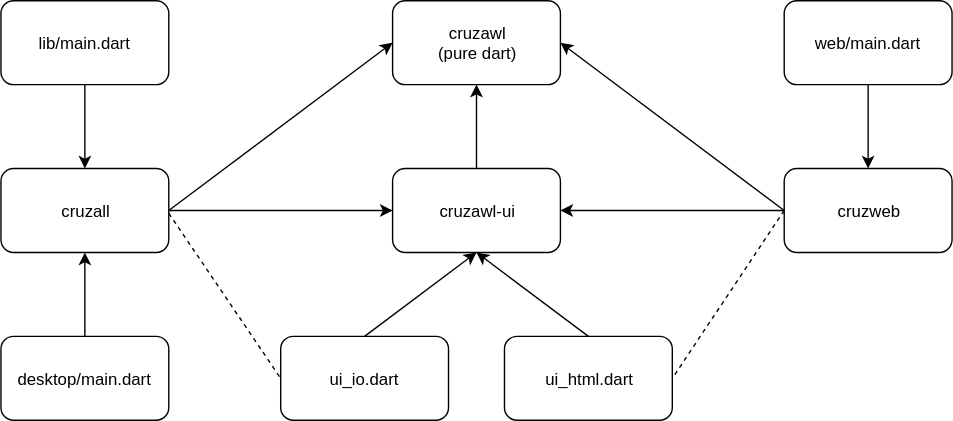
This is diagram.svg from GreenAppers/cruzawl, a draw.io export, as it was before one commit. Source tidied: cells renumbered, new cells last; positions are measured from the earlier drawing's top-left corner, leaving out a move shared by most shapes. The source it was exported from:
```xml
<mxGraphModel>
  <root>
    <mxCell id="0" />
    <mxCell id="1" parent="0" />
    <mxCell id="2" value="&lt;a href=&quot;https://github.com/GreenAppers/cruzall&quot;&gt;cruzall&lt;/a&gt;" style="rounded=1;whiteSpace=wrap;html=1;" parent="1" vertex="1">
      <mxGeometry y="120" width="120" height="60" as="geometry" />
    </mxCell>
    <mxCell id="3" value="&lt;a href=&quot;https://github.com/GreenAppers/cruzall/blob/master/desktop/main.dart&quot;&gt;desktop/main.dart&lt;/a&gt;" style="rounded=1;whiteSpace=wrap;html=1;" parent="1" vertex="1">
      <mxGeometry y="240" width="120" height="60" as="geometry" />
    </mxCell>
    <mxCell id="4" value="&lt;a href=&quot;https://github.com/GreenAppers/cruzall/blob/master/lib/main.dart&quot;&gt;lib/main.dart&lt;/a&gt;" style="rounded=1;whiteSpace=wrap;html=1;" parent="1" vertex="1">
      <mxGeometry width="120" height="60" as="geometry" />
    </mxCell>
    <mxCell id="5" value="&lt;a href=&quot;https://github.com/GreenAppers/cruzawl&quot;&gt;cruzawl&lt;br&gt;(pure dart)&lt;br&gt;&lt;/a&gt;" style="rounded=1;whiteSpace=wrap;html=1;" parent="1" vertex="1">
      <mxGeometry x="280" width="120" height="60" as="geometry" />
    </mxCell>
    <mxCell id="6" value="&lt;a href=&quot;https://github.com/GreenAppers/cruzawl-ui&quot;&gt;cruzawl-ui&lt;/a&gt;" style="rounded=1;whiteSpace=wrap;html=1;" parent="1" vertex="1">
      <mxGeometry x="280" y="120" width="120" height="60" as="geometry" />
    </mxCell>
    <mxCell id="7" value="&lt;a href=&quot;https://github.com/GreenAppers/cruzawl-ui/blob/master/ui_html.dart&quot;&gt;ui_html.dart&lt;/a&gt;" style="rounded=1;whiteSpace=wrap;html=1;" parent="1" vertex="1">
      <mxGeometry x="360" y="240" width="120" height="60" as="geometry" />
    </mxCell>
    <mxCell id="8" value="&lt;a href=&quot;https://github.com/GreenAppers/cruzweb&quot;&gt;cruzweb&lt;/a&gt;" style="rounded=1;whiteSpace=wrap;html=1;" parent="1" vertex="1">
      <mxGeometry x="560" y="120" width="120" height="60" as="geometry" />
    </mxCell>
    <mxCell id="9" value="&lt;a href=&quot;https://github.com/GreenAppers/cruzawl-ui/blob/master/ui_io.dart&quot;&gt;ui_io.dart&lt;/a&gt;" style="rounded=1;whiteSpace=wrap;html=1;" parent="1" vertex="1">
      <mxGeometry x="200" y="240" width="120" height="60" as="geometry" />
    </mxCell>
    <mxCell id="10" value="&lt;a href=&quot;https://github.com/GreenAppers/cruzweb/blob/master/web/main.dart&quot;&gt;web/main.dart&lt;/a&gt;" style="rounded=1;whiteSpace=wrap;html=1;" parent="1" vertex="1">
      <mxGeometry x="560" width="120" height="60" as="geometry" />
    </mxCell>
    <mxCell id="11" style="endArrow=classic;html=1;entryX=0;entryY=0.5;entryDx=0;entryDy=0;" parent="1" edge="1" target="5">
      <mxGeometry relative="1" as="geometry">
        <mxPoint x="120" y="150" as="sourcePoint" />
      </mxGeometry>
    </mxCell>
    <mxCell id="12" style="endArrow=classic;html=1;entryX=0;entryY=0.5;entryDx=0;entryDy=0;" parent="1" edge="1" target="6">
      <mxGeometry relative="1" as="geometry">
        <mxPoint x="120" y="150" as="sourcePoint" />
      </mxGeometry>
    </mxCell>
    <mxCell id="13" style="endArrow=classic;html=1;entryX=0.5;entryY=1;entryDx=0;entryDy=0;" parent="1" edge="1" target="2">
      <mxGeometry relative="1" as="geometry">
        <mxPoint x="60" y="240" as="sourcePoint" />
      </mxGeometry>
    </mxCell>
    <mxCell id="14" style="endArrow=classic;html=1;entryX=0.5;entryY=0;entryDx=0;entryDy=0;" parent="1" edge="1" target="2">
      <mxGeometry relative="1" as="geometry">
        <mxPoint x="60" y="60" as="sourcePoint" />
      </mxGeometry>
    </mxCell>
    <mxCell id="15" style="endArrow=classic;html=1;entryX=0.5;entryY=1;entryDx=0;entryDy=0;" parent="1" edge="1" target="6">
      <mxGeometry relative="1" as="geometry">
        <mxPoint x="260" y="240" as="sourcePoint" />
      </mxGeometry>
    </mxCell>
    <mxCell id="16" style="endArrow=classic;html=1;" parent="1" edge="1">
      <mxGeometry relative="1" as="geometry">
        <mxPoint x="420" y="240" as="sourcePoint" />
        <mxPoint x="340" y="180" as="targetPoint" />
      </mxGeometry>
    </mxCell>
    <mxCell id="17" style="endArrow=classic;html=1;entryX=1;entryY=0.5;entryDx=0;entryDy=0;exitX=0;exitY=0.5;exitDx=0;exitDy=0;" parent="1" edge="1" source="8" target="6">
      <mxGeometry relative="1" as="geometry" />
    </mxCell>
    <mxCell id="18" style="endArrow=classic;html=1;entryX=1;entryY=0.5;entryDx=0;entryDy=0;" parent="1" edge="1" target="5">
      <mxGeometry relative="1" as="geometry">
        <mxPoint x="560" y="150" as="sourcePoint" />
      </mxGeometry>
    </mxCell>
    <mxCell id="19" style="endArrow=classic;html=1;" parent="1" edge="1" target="8">
      <mxGeometry relative="1" as="geometry">
        <mxPoint x="620" y="60" as="sourcePoint" />
      </mxGeometry>
    </mxCell>
    <mxCell id="20" style="endArrow=classic;html=1;entryX=0.5;entryY=1;entryDx=0;entryDy=0;exitX=0.5;exitY=0;exitDx=0;exitDy=0;" parent="1" edge="1" source="6" target="5">
      <mxGeometry relative="1" as="geometry" />
    </mxCell>
    <mxCell id="21" style="endArrow=none;dashed=1;html=1;entryX=0;entryY=0.5;entryDx=0;entryDy=0;" parent="1" edge="1" target="9">
      <mxGeometry relative="1" as="geometry">
        <mxPoint x="120" y="152" as="sourcePoint" />
      </mxGeometry>
    </mxCell>
    <mxCell id="22" style="endArrow=none;dashed=1;html=1;entryX=1;entryY=0.5;entryDx=0;entryDy=0;" parent="1" edge="1" target="7">
      <mxGeometry relative="1" as="geometry">
        <mxPoint x="560" y="150" as="sourcePoint" />
      </mxGeometry>
    </mxCell>
  </root>
</mxGraphModel>
```
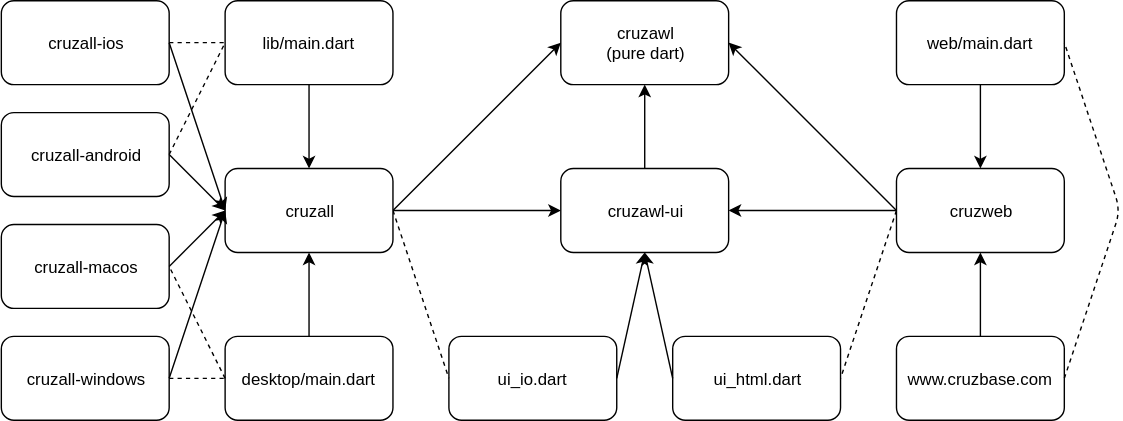
After the commit.

Diff of the diagram source:
```diff
@@ -2,89 +2,119 @@
   <root>
     <mxCell id="0" />
     <mxCell id="1" parent="0" />
-    <mxCell id="2" value="&lt;a href=&quot;https://github.com/GreenAppers/cruzall&quot;&gt;cruzall&lt;/a&gt;" style="rounded=1;whiteSpace=wrap;html=1;" parent="1" vertex="1">
-      <mxGeometry y="120" width="120" height="60" as="geometry" />
-    </mxCell>
     <mxCell id="3" value="&lt;a href=&quot;https://github.com/GreenAppers/cruzall/blob/master/desktop/main.dart&quot;&gt;desktop/main.dart&lt;/a&gt;" style="rounded=1;whiteSpace=wrap;html=1;" parent="1" vertex="1">
-      <mxGeometry y="240" width="120" height="60" as="geometry" />
+      <mxGeometry x="120" y="240" width="120" height="60" as="geometry" />
     </mxCell>
     <mxCell id="4" value="&lt;a href=&quot;https://github.com/GreenAppers/cruzall/blob/master/lib/main.dart&quot;&gt;lib/main.dart&lt;/a&gt;" style="rounded=1;whiteSpace=wrap;html=1;" parent="1" vertex="1">
-      <mxGeometry width="120" height="60" as="geometry" />
+      <mxGeometry x="120" width="120" height="60" as="geometry" />
     </mxCell>
     <mxCell id="5" value="&lt;a href=&quot;https://github.com/GreenAppers/cruzawl&quot;&gt;cruzawl&lt;br&gt;(pure dart)&lt;br&gt;&lt;/a&gt;" style="rounded=1;whiteSpace=wrap;html=1;" parent="1" vertex="1">
-      <mxGeometry x="280" width="120" height="60" as="geometry" />
+      <mxGeometry x="360" width="120" height="60" as="geometry" />
     </mxCell>
     <mxCell id="6" value="&lt;a href=&quot;https://github.com/GreenAppers/cruzawl-ui&quot;&gt;cruzawl-ui&lt;/a&gt;" style="rounded=1;whiteSpace=wrap;html=1;" parent="1" vertex="1">
-      <mxGeometry x="280" y="120" width="120" height="60" as="geometry" />
+      <mxGeometry x="360" y="120" width="120" height="60" as="geometry" />
     </mxCell>
     <mxCell id="7" value="&lt;a href=&quot;https://github.com/GreenAppers/cruzawl-ui/blob/master/ui_html.dart&quot;&gt;ui_html.dart&lt;/a&gt;" style="rounded=1;whiteSpace=wrap;html=1;" parent="1" vertex="1">
-      <mxGeometry x="360" y="240" width="120" height="60" as="geometry" />
+      <mxGeometry x="440" y="240" width="120" height="60" as="geometry" />
     </mxCell>
     <mxCell id="8" value="&lt;a href=&quot;https://github.com/GreenAppers/cruzweb&quot;&gt;cruzweb&lt;/a&gt;" style="rounded=1;whiteSpace=wrap;html=1;" parent="1" vertex="1">
-      <mxGeometry x="560" y="120" width="120" height="60" as="geometry" />
+      <mxGeometry x="600" y="120" width="120" height="60" as="geometry" />
     </mxCell>
     <mxCell id="9" value="&lt;a href=&quot;https://github.com/GreenAppers/cruzawl-ui/blob/master/ui_io.dart&quot;&gt;ui_io.dart&lt;/a&gt;" style="rounded=1;whiteSpace=wrap;html=1;" parent="1" vertex="1">
-      <mxGeometry x="200" y="240" width="120" height="60" as="geometry" />
+      <mxGeometry x="280" y="240" width="120" height="60" as="geometry" />
     </mxCell>
     <mxCell id="10" value="&lt;a href=&quot;https://github.com/GreenAppers/cruzweb/blob/master/web/main.dart&quot;&gt;web/main.dart&lt;/a&gt;" style="rounded=1;whiteSpace=wrap;html=1;" parent="1" vertex="1">
-      <mxGeometry x="560" width="120" height="60" as="geometry" />
+      <mxGeometry x="600" width="120" height="60" as="geometry" />
     </mxCell>
-    <mxCell id="11" style="endArrow=classic;html=1;entryX=0;entryY=0.5;entryDx=0;entryDy=0;" parent="1" edge="1" target="5">
-      <mxGeometry relative="1" as="geometry">
-        <mxPoint x="120" y="150" as="sourcePoint" />
-      </mxGeometry>
+    <mxCell id="11" style="endArrow=classic;html=1;entryX=0;entryY=0.5;entryDx=0;entryDy=0;exitX=1;exitY=0.5;exitDx=0;exitDy=0;" parent="1" edge="1" source="2" target="5">
+      <mxGeometry relative="1" as="geometry" />
     </mxCell>
-    <mxCell id="12" style="endArrow=classic;html=1;entryX=0;entryY=0.5;entryDx=0;entryDy=0;" parent="1" edge="1" target="6">
-      <mxGeometry relative="1" as="geometry">
-        <mxPoint x="120" y="150" as="sourcePoint" />
-      </mxGeometry>
+    <mxCell id="12" style="endArrow=classic;html=1;entryX=0;entryY=0.5;entryDx=0;entryDy=0;" parent="1" edge="1" source="2" target="6">
+      <mxGeometry relative="1" as="geometry" />
     </mxCell>
-    <mxCell id="13" style="endArrow=classic;html=1;entryX=0.5;entryY=1;entryDx=0;entryDy=0;" parent="1" edge="1" target="2">
-      <mxGeometry relative="1" as="geometry">
-        <mxPoint x="60" y="240" as="sourcePoint" />
-      </mxGeometry>
+    <mxCell id="13" style="endArrow=classic;html=1;entryX=0.5;entryY=1;entryDx=0;entryDy=0;exitX=0.5;exitY=0;exitDx=0;exitDy=0;" parent="1" edge="1" source="3" target="2">
+      <mxGeometry relative="1" as="geometry" />
     </mxCell>
-    <mxCell id="14" style="endArrow=classic;html=1;entryX=0.5;entryY=0;entryDx=0;entryDy=0;" parent="1" edge="1" target="2">
-      <mxGeometry relative="1" as="geometry">
-        <mxPoint x="60" y="60" as="sourcePoint" />
-      </mxGeometry>
+    <mxCell id="14" style="endArrow=classic;html=1;entryX=0.5;entryY=0;entryDx=0;entryDy=0;exitX=0.5;exitY=1;exitDx=0;exitDy=0;" parent="1" edge="1" source="4" target="2">
+      <mxGeometry relative="1" as="geometry" />
     </mxCell>
-    <mxCell id="15" style="endArrow=classic;html=1;entryX=0.5;entryY=1;entryDx=0;entryDy=0;" parent="1" edge="1" target="6">
-      <mxGeometry relative="1" as="geometry">
-        <mxPoint x="260" y="240" as="sourcePoint" />
-      </mxGeometry>
+    <mxCell id="15" style="endArrow=classic;html=1;exitX=1;exitY=0.5;exitDx=0;exitDy=0;entryX=0.5;entryY=1;entryDx=0;entryDy=0;" parent="1" edge="1" source="9" target="6">
+      <mxGeometry relative="1" as="geometry" />
     </mxCell>
-    <mxCell id="16" style="endArrow=classic;html=1;" parent="1" edge="1">
-      <mxGeometry relative="1" as="geometry">
-        <mxPoint x="420" y="240" as="sourcePoint" />
-        <mxPoint x="340" y="180" as="targetPoint" />
-      </mxGeometry>
-    </mxCell>
     <mxCell id="17" style="endArrow=classic;html=1;entryX=1;entryY=0.5;entryDx=0;entryDy=0;exitX=0;exitY=0.5;exitDx=0;exitDy=0;" parent="1" edge="1" source="8" target="6">
       <mxGeometry relative="1" as="geometry" />
     </mxCell>
-    <mxCell id="18" style="endArrow=classic;html=1;entryX=1;entryY=0.5;entryDx=0;entryDy=0;" parent="1" edge="1" target="5">
-      <mxGeometry relative="1" as="geometry">
-        <mxPoint x="560" y="150" as="sourcePoint" />
-      </mxGeometry>
+    <mxCell id="18" style="endArrow=classic;html=1;entryX=1;entryY=0.5;entryDx=0;entryDy=0;exitX=0;exitY=0.5;exitDx=0;exitDy=0;" parent="1" edge="1" source="8" target="5">
+      <mxGeometry relative="1" as="geometry" />
     </mxCell>
-    <mxCell id="19" style="endArrow=classic;html=1;" parent="1" edge="1" target="8">
-      <mxGeometry relative="1" as="geometry">
-        <mxPoint x="620" y="60" as="sourcePoint" />
-      </mxGeometry>
+    <mxCell id="19" style="endArrow=classic;html=1;entryX=0.5;entryY=0;entryDx=0;entryDy=0;exitX=0.5;exitY=1;exitDx=0;exitDy=0;" parent="1" edge="1" source="10" target="8">
+      <mxGeometry relative="1" as="geometry" />
     </mxCell>
     <mxCell id="20" style="endArrow=classic;html=1;entryX=0.5;entryY=1;entryDx=0;entryDy=0;exitX=0.5;exitY=0;exitDx=0;exitDy=0;" parent="1" edge="1" source="6" target="5">
       <mxGeometry relative="1" as="geometry" />
     </mxCell>
-    <mxCell id="21" style="endArrow=none;dashed=1;html=1;entryX=0;entryY=0.5;entryDx=0;entryDy=0;" parent="1" edge="1" target="9">
-      <mxGeometry relative="1" as="geometry">
-        <mxPoint x="120" y="152" as="sourcePoint" />
-      </mxGeometry>
+    <mxCell id="21" style="endArrow=none;dashed=1;html=1;entryX=0;entryY=0.5;entryDx=0;entryDy=0;exitX=1;exitY=0.5;exitDx=0;exitDy=0;" parent="1" edge="1" source="2" target="9">
+      <mxGeometry relative="1" as="geometry" />
     </mxCell>
-    <mxCell id="22" style="endArrow=none;dashed=1;html=1;entryX=1;entryY=0.5;entryDx=0;entryDy=0;" parent="1" edge="1" target="7">
-      <mxGeometry relative="1" as="geometry">
-        <mxPoint x="560" y="150" as="sourcePoint" />
-      </mxGeometry>
+    <mxCell id="22" style="endArrow=none;dashed=1;html=1;entryX=1;entryY=0.5;entryDx=0;entryDy=0;exitX=0;exitY=0.5;exitDx=0;exitDy=0;" parent="1" edge="1" source="8" target="7">
+      <mxGeometry relative="1" as="geometry" />
     </mxCell>
+    <mxCell id="2" value="&lt;a href=&quot;https://github.com/GreenAppers/cruzall&quot;&gt;cruzall&lt;/a&gt;" style="rounded=1;whiteSpace=wrap;html=1;" parent="1" vertex="1">
+      <mxGeometry x="120" y="120" width="120" height="60" as="geometry" />
+    </mxCell>
+    <mxCell id="23" style="endArrow=classic;html=1;exitX=0;exitY=0.5;exitDx=0;exitDy=0;entryX=0.5;entryY=1;entryDx=0;entryDy=0;" parent="1" edge="1" source="7" target="6">
+      <mxGeometry relative="1" as="geometry" />
+    </mxCell>
+    <mxCell id="24" value="&lt;a href=&quot;https://github.com/GreenAppers/cruzall-ios&quot;&gt;cruzall-ios&lt;/a&gt;" style="rounded=1;whiteSpace=wrap;html=1;" parent="1" vertex="1">
+      <mxGeometry x="-40" width="120" height="60" as="geometry" />
+    </mxCell>
+    <mxCell id="25" value="&lt;a href=&quot;https://github.com/GreenAppers/cruzall-android&quot;&gt;cruzall-android&lt;/a&gt;" style="rounded=1;whiteSpace=wrap;html=1;" parent="1" vertex="1">
+      <mxGeometry x="-40" y="80" width="120" height="60" as="geometry" />
+    </mxCell>
+    <mxCell id="26" value="&lt;a href=&quot;https://github.com/GreenAppers/cruzall-macos&quot;&gt;cruzall-macos&lt;/a&gt;" style="rounded=1;whiteSpace=wrap;html=1;" parent="1" vertex="1">
+      <mxGeometry x="-40" y="160" width="120" height="60" as="geometry" />
+    </mxCell>
+    <mxCell id="27" value="&lt;a href=&quot;https://github.com/GreenAppers/cruzall-windows&quot;&gt;cruzall-windows&lt;/a&gt;" style="rounded=1;whiteSpace=wrap;html=1;" parent="1" vertex="1">
+      <mxGeometry x="-40" y="240" width="120" height="60" as="geometry" />
+    </mxCell>
+    <mxCell id="28" value="&lt;a href=&quot;https://www.cruzbase.com/&quot;&gt;www.cruzbase.com&lt;/a&gt;" style="rounded=1;whiteSpace=wrap;html=1;" parent="1" vertex="1">
+      <mxGeometry x="600" y="240" width="120" height="60" as="geometry" />
+    </mxCell>
+    <mxCell id="29" style="endArrow=classic;html=1;exitX=1;exitY=0.5;exitDx=0;exitDy=0;entryX=0;entryY=0.5;entryDx=0;entryDy=0;" parent="1" edge="1" source="26" target="2">
+      <mxGeometry relative="1" as="geometry" />
+    </mxCell>
+    <mxCell id="30" style="endArrow=classic;html=1;exitX=1;exitY=0.5;exitDx=0;exitDy=0;entryX=0;entryY=0.5;entryDx=0;entryDy=0;" parent="1" edge="1" source="27" target="2">
+      <mxGeometry relative="1" as="geometry" />
+    </mxCell>
+    <mxCell id="31" style="endArrow=classic;html=1;entryX=0;entryY=0.5;entryDx=0;entryDy=0;exitX=1;exitY=0.5;exitDx=0;exitDy=0;" parent="1" edge="1" source="25" target="2">
+      <mxGeometry relative="1" as="geometry" />
+    </mxCell>
+    <mxCell id="32" style="endArrow=classic;html=1;entryX=0;entryY=0.5;entryDx=0;entryDy=0;exitX=1;exitY=0.5;exitDx=0;exitDy=0;" parent="1" edge="1" source="24" target="2">
+      <mxGeometry relative="1" as="geometry" />
+    </mxCell>
+    <mxCell id="33" style="endArrow=none;dashed=1;html=1;entryX=0;entryY=0.5;entryDx=0;entryDy=0;exitX=1;exitY=0.5;exitDx=0;exitDy=0;" parent="1" edge="1" source="27" target="3">
+      <mxGeometry relative="1" as="geometry" />
+    </mxCell>
+    <mxCell id="34" style="endArrow=none;dashed=1;html=1;exitX=0;exitY=0.5;exitDx=0;exitDy=0;" parent="1" edge="1" source="3">
+      <mxGeometry relative="1" as="geometry">
+        <mxPoint x="80" y="190" as="targetPoint" />
+      </mxGeometry>
+    </mxCell>
+    <mxCell id="35" style="endArrow=none;dashed=1;html=1;entryX=0;entryY=0.5;entryDx=0;entryDy=0;exitX=1;exitY=0.5;exitDx=0;exitDy=0;" parent="1" edge="1" source="25" target="4">
+      <mxGeometry relative="1" as="geometry" />
+    </mxCell>
+    <mxCell id="36" style="endArrow=none;dashed=1;html=1;entryX=0;entryY=0.5;entryDx=0;entryDy=0;exitX=1;exitY=0.5;exitDx=0;exitDy=0;" parent="1" edge="1" source="24" target="4">
+      <mxGeometry relative="1" as="geometry" />
+    </mxCell>
+    <mxCell id="37" style="endArrow=classic;html=1;entryX=0.5;entryY=1;entryDx=0;entryDy=0;exitX=0.5;exitY=0;exitDx=0;exitDy=0;" parent="1" edge="1" source="28" target="8">
+      <mxGeometry relative="1" as="geometry" />
+    </mxCell>
+    <mxCell id="38" style="endArrow=none;dashed=1;html=1;entryX=1;entryY=0.5;entryDx=0;entryDy=0;exitX=1;exitY=0.5;exitDx=0;exitDy=0;" parent="1" edge="1" source="28" target="10">
+      <mxGeometry relative="1" as="geometry">
+        <Array as="points">
+          <mxPoint x="760" y="150" />
+        </Array>
+      </mxGeometry>
+    </mxCell>
   </root>
 </mxGraphModel>
```
